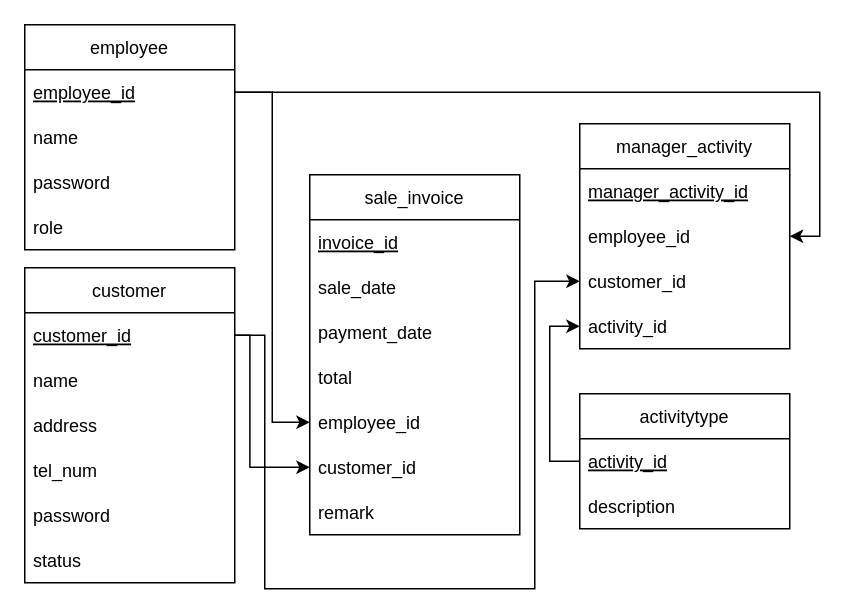
This is ethreedatabasesketch.drawio from cjsonnnnn/Simple-Account-Receivable-Tracking-System, a draw.io file, before an edit. Source tidied: cells renumbered, new cells numbered last; positions are measured from the earlier drawing's top-left corner, leaving out a move shared by most shapes. Both pictures are drawn from the tidied source at 150%, with x=0, y=0 at pixel (24, 24).
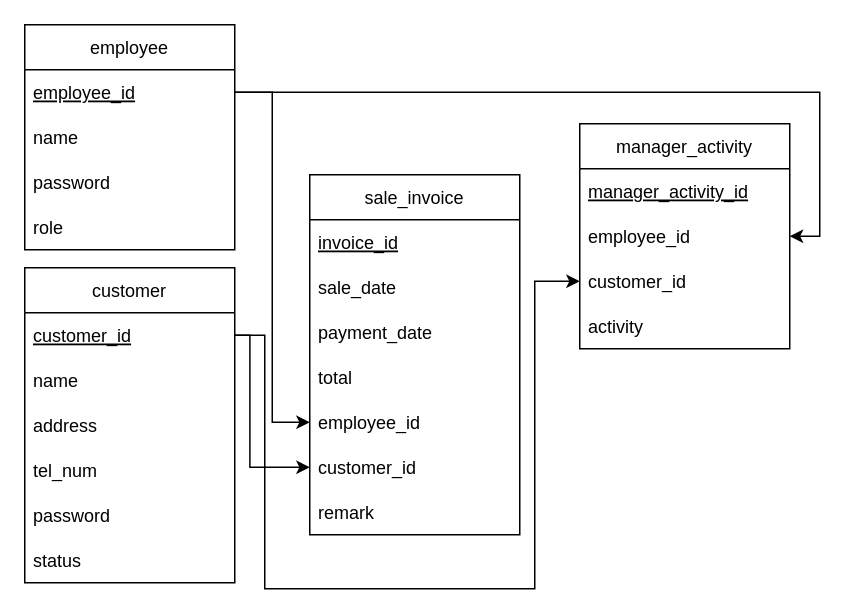
Above is the later version.

Commit message (it also covers changes not shown here):
mengubah ethree, drawionya, dan manager main.

The change refers to these unchanged cells:
```xml
<mxCell id="24" value="manager_activity" style="swimlane;fontStyle=0;horizontal=1;startSize=30;" parent="1" vertex="1">
  <mxGeometry x="370" y="66" width="140" height="150" as="geometry" />
</mxCell>
```

Diff of the diagram source:
```diff
@@
-    <mxCell id="28" value="activity_id" style="text;strokeColor=none;fillColor=none;align=left;verticalAlign=middle;spacingLeft=4;spacingRight=4;overflow=hidden;points=[[0,0.5],[1,0.5]];portConstraint=eastwest;fontStyle=0;" parent="24" vertex="1">
+    <mxCell id="28" value="activity" style="text;strokeColor=none;fillColor=none;align=left;verticalAlign=middle;spacingLeft=4;spacingRight=4;overflow=hidden;points=[[0,0.5],[1,0.5]];portConstraint=eastwest;fontStyle=0;" parent="24" vertex="1">
       <mxGeometry y="120" width="140" height="30" as="geometry" />
     </mxCell>
@@
-    <mxCell id="30" value="activitytype" style="swimlane;fontStyle=0;horizontal=1;startSize=30;" parent="1" vertex="1">
-      <mxGeometry x="370" y="246" width="140" height="90" as="geometry" />
-    </mxCell>
-    <mxCell id="31" value="activity_id" style="text;strokeColor=none;fillColor=none;align=left;verticalAlign=middle;spacingLeft=4;spacingRight=4;overflow=hidden;points=[[0,0.5],[1,0.5]];portConstraint=eastwest;fontStyle=4;" parent="30" vertex="1">
-      <mxGeometry y="30" width="140" height="30" as="geometry" />
-    </mxCell>
-    <mxCell id="32" value="description" style="text;strokeColor=none;fillColor=none;align=left;verticalAlign=middle;spacingLeft=4;spacingRight=4;overflow=hidden;" parent="30" vertex="1">
-      <mxGeometry y="60" width="140" height="30" as="geometry" />
-    </mxCell>
-    <mxCell id="33" style="edgeStyle=orthogonalEdgeStyle;rounded=0;jettySize=auto;html=1;entryX=0;entryY=0.5;entryDx=0;entryDy=0;" parent="1" edge="1" source="31" target="28">
-      <mxGeometry relative="1" as="geometry" />
-    </mxCell>
```
